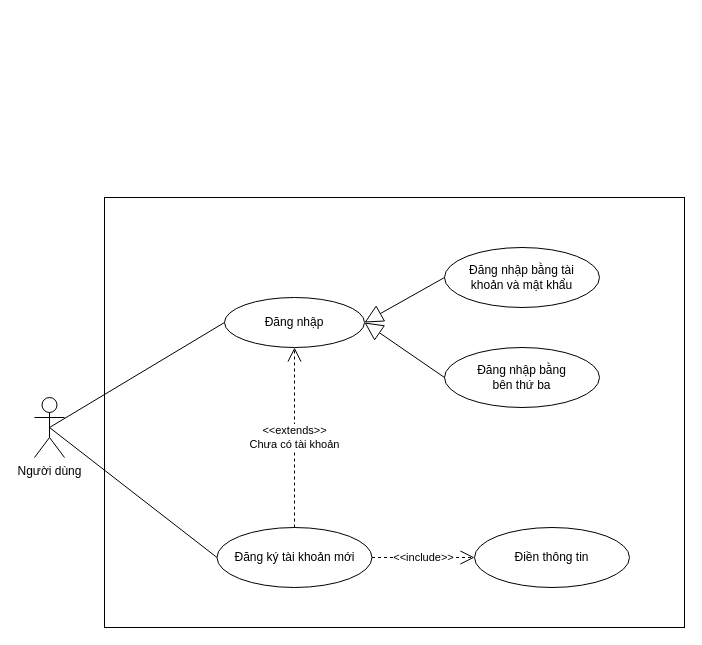
Before: Login_Register.drawio in ayafullcrit/menu, a draw.io diagram. Source tidied: cells renumbered, new cells numbered last; positions are measured from the earlier drawing's top-left corner, leaving out a move shared by most shapes. Both pictures are drawn from the tidied source at 100%, with x=0, y=0 at pixel (34, 197).
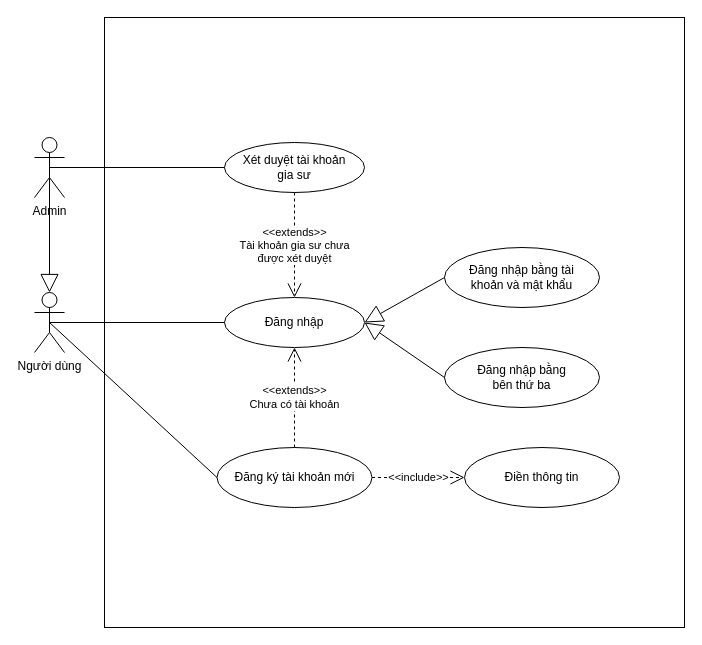
Above is the later version.

Diff of the diagram source:
```diff
@@
 <mxGraphModel>
   <root>
     <mxCell id="0" />
     <mxCell id="1" parent="0" />
     <mxCell id="2" style="rounded=0;whiteSpace=wrap;html=1;fillColor=none;" parent="1" vertex="1">
-      <mxGeometry x="70" width="580" height="430" as="geometry" />
+      <mxGeometry x="70" y="-180" width="580" height="610" as="geometry" />
     </mxCell>
     <mxCell id="3" value="Người dùng" style="shape=umlActor;verticalLabelPosition=bottom;verticalAlign=top;html=1;outlineConnect=0;" parent="1" vertex="1">
-      <mxGeometry y="200" width="30" height="60" as="geometry" />
+      <mxGeometry y="95" width="30" height="60" as="geometry" />
     </mxCell>
     <mxCell id="4" value="Đăng nhập" style="ellipse;whiteSpace=wrap;html=1;direction=south;" parent="1" vertex="1">
       <mxGeometry x="190" y="100" width="140" height="50" as="geometry" />
     </mxCell>
     <mxCell id="5" value="Đăng nhập bằng tài &lt;br&gt;khoản và mật khẩu" style="ellipse;whiteSpace=wrap;html=1;direction=south;" parent="1" vertex="1">
       <mxGeometry x="410" y="50" width="155" height="60" as="geometry" />
     </mxCell>
     <mxCell id="6" value="Đăng ký tài khoản mới" style="ellipse;whiteSpace=wrap;html=1;direction=south;" parent="1" vertex="1">
-      <mxGeometry x="182.5" y="330" width="155" height="60" as="geometry" />
+      <mxGeometry x="182.5" y="250" width="155" height="60" as="geometry" />
     </mxCell>
     <mxCell id="7" value="Điền thông tin" style="ellipse;whiteSpace=wrap;html=1;direction=south;" parent="1" vertex="1">
-      <mxGeometry x="440" y="330" width="155" height="60" as="geometry" />
+      <mxGeometry x="430" y="250" width="155" height="60" as="geometry" />
     </mxCell>
     <mxCell id="8" value="&amp;lt;&amp;lt;extends&amp;gt;&amp;gt;&lt;br&gt;Chưa có tài khoản" style="endArrow=open;endSize=12;dashed=1;html=1;rounded=0;exitX=0;exitY=0.5;exitDx=0;exitDy=0;entryX=1;entryY=0.5;entryDx=0;entryDy=0;" parent="1" edge="1" source="6" target="4">
       <mxGeometry relative="1" as="geometry" />
     </mxCell>
     <mxCell id="9" style="endArrow=block;endSize=16;endFill=0;html=1;rounded=0;exitX=0.5;exitY=1;exitDx=0;exitDy=0;entryX=0.5;entryY=0;entryDx=0;entryDy=0;" parent="1" edge="1" source="5" target="4">
       <mxGeometry relative="1" as="geometry" />
     </mxCell>
     <mxCell id="10" value="Đăng nhập bằng &lt;br&gt;bên thứ ba" style="ellipse;whiteSpace=wrap;html=1;direction=south;" parent="1" vertex="1">
       <mxGeometry x="410" y="150" width="155" height="60" as="geometry" />
     </mxCell>
     <mxCell id="11" style="endArrow=block;endSize=16;endFill=0;html=1;rounded=0;exitX=0.5;exitY=1;exitDx=0;exitDy=0;entryX=0.5;entryY=0;entryDx=0;entryDy=0;" parent="1" edge="1" source="10" target="4">
       <mxGeometry relative="1" as="geometry" />
     </mxCell>
     <mxCell id="12" value="&amp;lt;&amp;lt;include&amp;gt;&amp;gt;" style="endArrow=open;endSize=12;dashed=1;html=1;rounded=0;entryX=0.5;entryY=1;entryDx=0;entryDy=0;exitX=0.5;exitY=0;exitDx=0;exitDy=0;" parent="1" edge="1" source="6" target="7">
       <mxGeometry relative="1" as="geometry" />
     </mxCell>
     <mxCell id="13" style="endArrow=none;html=1;rounded=0;exitX=0.5;exitY=0.5;exitDx=0;exitDy=0;exitPerimeter=0;entryX=0.5;entryY=1;entryDx=0;entryDy=0;" parent="1" edge="1" source="3" target="4">
       <mxGeometry relative="1" as="geometry" />
     </mxCell>
     <mxCell id="14" style="endArrow=none;html=1;rounded=0;exitX=0.5;exitY=0.5;exitDx=0;exitDy=0;exitPerimeter=0;entryX=0.5;entryY=1;entryDx=0;entryDy=0;" parent="1" edge="1" source="3" target="6">
       <mxGeometry relative="1" as="geometry" />
     </mxCell>
+    <mxCell id="15" value="Admin&lt;div&gt;&lt;br&gt;&lt;/div&gt;" style="shape=umlActor;verticalLabelPosition=bottom;verticalAlign=top;html=1;outlineConnect=0;" parent="1" vertex="1">
+      <mxGeometry y="-60" width="30" height="60" as="geometry" />
+    </mxCell>
+    <mxCell id="16" style="endArrow=block;endSize=16;endFill=0;html=1;rounded=0;exitX=0.5;exitY=0.5;exitDx=0;exitDy=0;exitPerimeter=0;" parent="1" edge="1" source="15" target="3">
+      <mxGeometry relative="1" as="geometry" />
+    </mxCell>
+    <mxCell id="17" value="Xét duyệt tài khoản&lt;br&gt;gia sư" style="ellipse;whiteSpace=wrap;html=1;direction=south;" parent="1" vertex="1">
+      <mxGeometry x="190" y="-55" width="140" height="50" as="geometry" />
+    </mxCell>
+    <mxCell id="18" style="endArrow=none;html=1;rounded=0;exitX=0.5;exitY=0.5;exitDx=0;exitDy=0;exitPerimeter=0;entryX=0.5;entryY=1;entryDx=0;entryDy=0;" parent="1" edge="1" source="15" target="17">
+      <mxGeometry relative="1" as="geometry" />
+    </mxCell>
+    <mxCell id="19" value="&amp;lt;&amp;lt;extends&amp;gt;&amp;gt;&lt;br&gt;Tài khoản gia sư chưa&lt;br&gt;được xét duyệt" style="endArrow=open;endSize=12;dashed=1;html=1;rounded=0;exitX=1;exitY=0.5;exitDx=0;exitDy=0;entryX=0;entryY=0.5;entryDx=0;entryDy=0;" parent="1" edge="1" source="17" target="4">
+      <mxGeometry relative="1" as="geometry" />
+    </mxCell>
   </root>
 </mxGraphModel>
```
